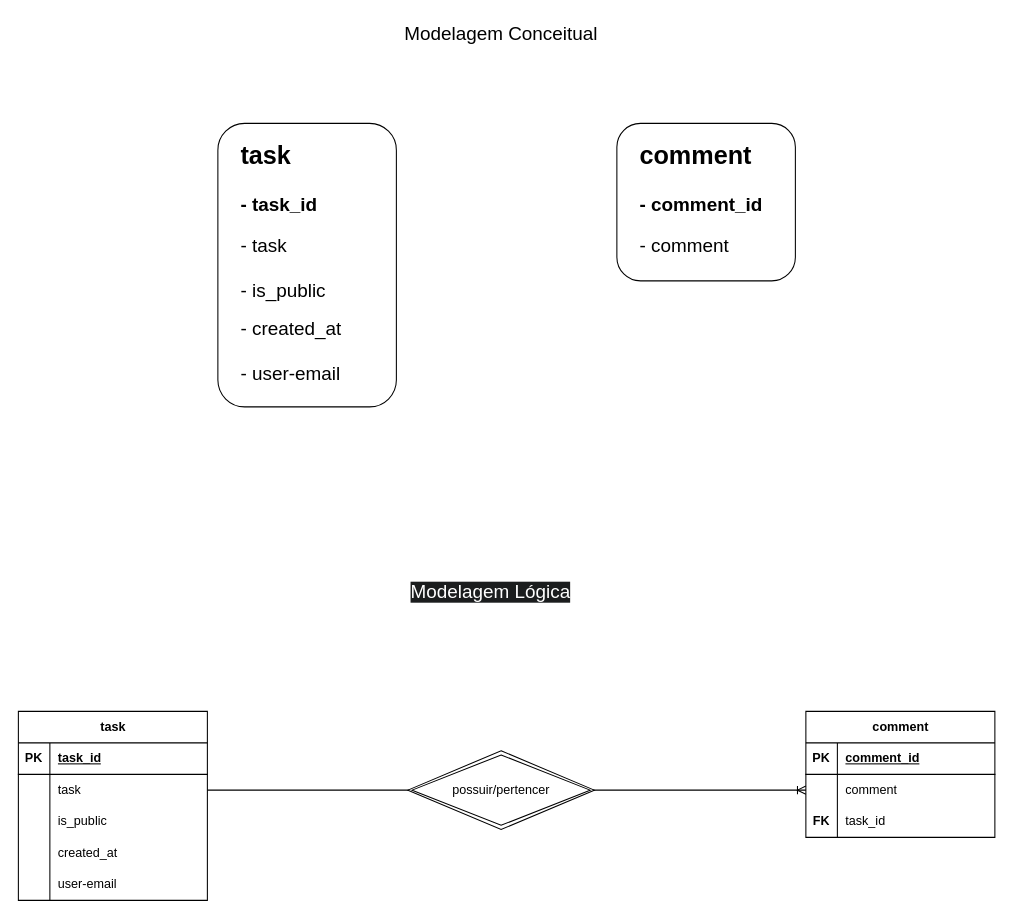
BrenoDev00/Estudos_Banco_de_Dados keeps this draw.io diagram as modelagem-task-app.drawio. Above is the earlier version. Source tidied: cells renumbered, new cells numbered last; positions are measured from the earlier drawing's top-left corner, leaving out a move shared by most shapes. Both pictures are drawn from the tidied source at 105%, with x=0, y=0 at pixel (18, 18).
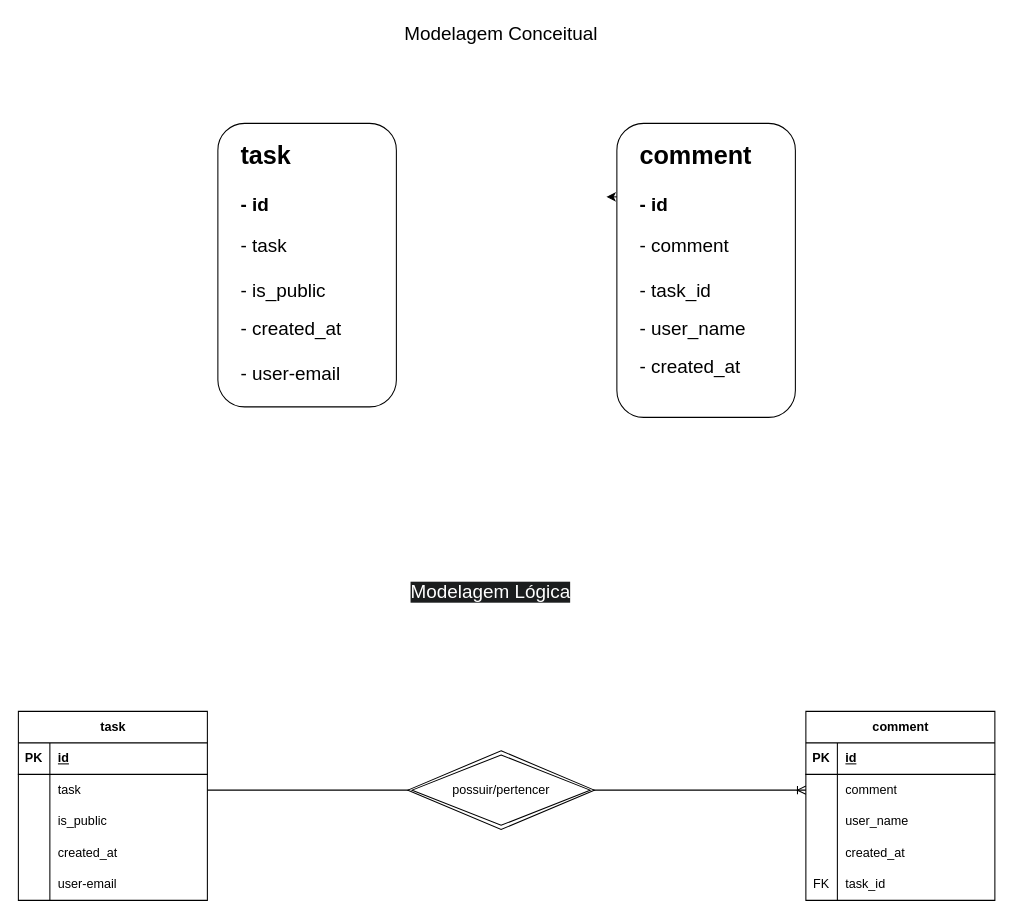
The same page after the edit.

Commit message (it also covers changes not shown here):
atualiza modelagem de dados

Unchanged cells that the change refers to:
```xml
<mxCell id="9" style="shape=tableRow;horizontal=0;startSize=0;swimlaneHead=0;swimlaneBody=0;fillColor=none;top=0;left=0;right=0;bottom=1;" parent="8" vertex="1">
  <mxGeometry y="30" width="180" height="30" as="geometry" />
</mxCell>
<mxCell id="25" style="shape=tableRow;horizontal=0;startSize=0;swimlaneHead=0;swimlaneBody=0;fillColor=none;top=0;left=0;right=0;bottom=1;" parent="24" vertex="1">
  <mxGeometry y="30" width="180" height="30" as="geometry" />
</mxCell>
<mxCell id="31" style="shape=tableRow;horizontal=0;startSize=0;swimlaneHead=0;swimlaneBody=0;fillColor=none;top=0;left=0;right=0;bottom=0;" parent="24" vertex="1">
  <mxGeometry y="90" width="180" height="30" as="geometry" />
</mxCell>
```

The edit, as a diff of the source:
```diff
@@
-    <mxCell id="4" value="&lt;h1 style=&quot;margin-top: 0px;&quot;&gt;&lt;span style=&quot;background-color: transparent; color: light-dark(rgb(0, 0, 0), rgb(255, 255, 255));&quot;&gt;task&lt;/span&gt;&lt;/h1&gt;&lt;h1 style=&quot;margin-top: 0px;&quot;&gt;&lt;font style=&quot;font-size: 18px;&quot;&gt;- task_id&lt;/font&gt;&lt;/h1&gt;&lt;div&gt;&lt;font style=&quot;font-size: 18px;&quot;&gt;- task&lt;/font&gt;&lt;/div&gt;&lt;div&gt;&lt;font style=&quot;font-size: 18px;&quot;&gt;&lt;br&gt;&lt;/font&gt;&lt;/div&gt;&lt;div&gt;&lt;font style=&quot;font-size: 18px;&quot;&gt;- is_public&lt;/font&gt;&lt;/div&gt;&lt;div&gt;&lt;br&gt;&lt;/div&gt;&lt;div&gt;&lt;span style=&quot;font-size: 18px;&quot;&gt;- created_at&lt;/span&gt;&lt;/div&gt;&lt;div&gt;&lt;span style=&quot;font-size: 18px;&quot;&gt;&lt;br&gt;&lt;/span&gt;&lt;/div&gt;&lt;div&gt;&lt;span style=&quot;font-size: 18px;&quot;&gt;- user-email&lt;/span&gt;&lt;/div&gt;" style="text;html=1;whiteSpace=wrap;overflow=hidden;rounded=0;" parent="1" vertex="1">
+    <mxCell id="4" value="&lt;h1 style=&quot;margin-top: 0px;&quot;&gt;&lt;span style=&quot;background-color: transparent; color: light-dark(rgb(0, 0, 0), rgb(255, 255, 255));&quot;&gt;task&lt;/span&gt;&lt;/h1&gt;&lt;h1 style=&quot;margin-top: 0px;&quot;&gt;&lt;font style=&quot;font-size: 18px;&quot;&gt;- id&lt;/font&gt;&lt;/h1&gt;&lt;div&gt;&lt;font style=&quot;font-size: 18px;&quot;&gt;- task&lt;/font&gt;&lt;/div&gt;&lt;div&gt;&lt;font style=&quot;font-size: 18px;&quot;&gt;&lt;br&gt;&lt;/font&gt;&lt;/div&gt;&lt;div&gt;&lt;font style=&quot;font-size: 18px;&quot;&gt;- is_public&lt;/font&gt;&lt;/div&gt;&lt;div&gt;&lt;br&gt;&lt;/div&gt;&lt;div&gt;&lt;span style=&quot;font-size: 18px;&quot;&gt;- created_at&lt;/span&gt;&lt;/div&gt;&lt;div&gt;&lt;span style=&quot;font-size: 18px;&quot;&gt;&lt;br&gt;&lt;/span&gt;&lt;/div&gt;&lt;div&gt;&lt;span style=&quot;font-size: 18px;&quot;&gt;- user-email&lt;/span&gt;&lt;/div&gt;" style="text;html=1;whiteSpace=wrap;overflow=hidden;rounded=0;" parent="1" vertex="1">
       <mxGeometry x="210" y="110" width="180" height="270" as="geometry" />
     </mxCell>
+    <mxCell id="36" style="edgeStyle=orthogonalEdgeStyle;rounded=0;jettySize=auto;html=1;exitX=0;exitY=0.25;exitDx=0;exitDy=0;" parent="1" edge="1" source="5">
+      <mxGeometry relative="1" as="geometry">
+        <mxPoint x="560" y="170" as="targetPoint" />
+      </mxGeometry>
+    </mxCell>
     <mxCell id="5" style="rounded=1;whiteSpace=wrap;html=1;" parent="1" vertex="1">
-      <mxGeometry x="570" y="100" width="170" height="150" as="geometry" />
+      <mxGeometry x="570" y="100" width="170" height="280" as="geometry" />
     </mxCell>
-    <mxCell id="6" value="&lt;h1 style=&quot;margin-top: 0px;&quot;&gt;&lt;span style=&quot;background-color: transparent; color: light-dark(rgb(0, 0, 0), rgb(255, 255, 255));&quot;&gt;comment&lt;/span&gt;&lt;/h1&gt;&lt;h1 style=&quot;margin-top: 0px;&quot;&gt;&lt;font style=&quot;font-size: 18px;&quot;&gt;- comment_id&lt;/font&gt;&lt;/h1&gt;&lt;div&gt;&lt;font style=&quot;font-size: 18px;&quot;&gt;- comment&lt;/font&gt;&lt;/div&gt;" style="text;html=1;whiteSpace=wrap;overflow=hidden;rounded=0;" parent="1" vertex="1">
-      <mxGeometry x="590" y="110" width="180" height="210" as="geometry" />
+    <mxCell id="6" value="&lt;h1 style=&quot;margin-top: 0px;&quot;&gt;&lt;span style=&quot;background-color: transparent; color: light-dark(rgb(0, 0, 0), rgb(255, 255, 255));&quot;&gt;comment&lt;/span&gt;&lt;/h1&gt;&lt;h1 style=&quot;margin-top: 0px;&quot;&gt;&lt;font style=&quot;font-size: 18px;&quot;&gt;- id&lt;/font&gt;&lt;/h1&gt;&lt;div&gt;&lt;font style=&quot;font-size: 18px;&quot;&gt;- comment&lt;/font&gt;&lt;/div&gt;&lt;div&gt;&lt;font style=&quot;font-size: 18px;&quot;&gt;&lt;br&gt;&lt;/font&gt;&lt;/div&gt;&lt;div&gt;&lt;font style=&quot;font-size: 18px;&quot;&gt;- task_id&lt;/font&gt;&lt;/div&gt;&lt;div&gt;&lt;br&gt;&lt;/div&gt;&lt;div&gt;&lt;span style=&quot;font-size: 18px;&quot;&gt;- user_name&lt;/span&gt;&lt;/div&gt;&lt;div&gt;&lt;br&gt;&lt;/div&gt;&lt;div&gt;&lt;span style=&quot;font-size: 18px;&quot;&gt;-&amp;nbsp;&lt;/span&gt;&lt;span style=&quot;font-size: 18px; background-color: transparent; color: light-dark(rgb(0, 0, 0), rgb(255, 255, 255));&quot;&gt;created_at&lt;/span&gt;&lt;/div&gt;&lt;div&gt;&lt;br&gt;&lt;/div&gt;" style="text;html=1;whiteSpace=wrap;overflow=hidden;rounded=0;" parent="1" vertex="1">
+      <mxGeometry x="590" y="110" width="180" height="260" as="geometry" />
     </mxCell>
@@
-    <mxCell id="11" value="task_id" style="shape=partialRectangle;fillColor=none;top=0;left=0;bottom=0;right=0;align=left;spacingLeft=6;fontStyle=5;overflow=hidden;whiteSpace=wrap;html=1;" parent="9" vertex="1">
+    <mxCell id="11" value="id" style="shape=partialRectangle;fillColor=none;top=0;left=0;bottom=0;right=0;align=left;spacingLeft=6;fontStyle=5;overflow=hidden;whiteSpace=wrap;html=1;" parent="9" vertex="1">
       <mxGeometry x="30" width="150" height="30" as="geometry" />
     </mxCell>
@@
     <mxCell id="24" value="comment" style="shape=table;startSize=30;childLayout=tableLayout;rowLines=0;fontStyle=1;align=center;html=1;" parent="1" vertex="1">
-      <mxGeometry x="750" y="660" width="180" height="120" as="geometry" />
+      <mxGeometry x="750" y="660" width="180" height="180" as="geometry" />
     </mxCell>
@@
-    <mxCell id="27" value="comment_id" style="shape=partialRectangle;fillColor=none;top=0;left=0;bottom=0;right=0;align=left;spacingLeft=6;fontStyle=5;overflow=hidden;whiteSpace=wrap;html=1;" parent="25" vertex="1">
+    <mxCell id="27" value="id" style="shape=partialRectangle;fillColor=none;top=0;left=0;bottom=0;right=0;align=left;spacingLeft=6;fontStyle=5;overflow=hidden;whiteSpace=wrap;html=1;" parent="25" vertex="1">
       <mxGeometry x="30" width="150" height="30" as="geometry" />
     </mxCell>
@@
-    <mxCell id="32" value="&lt;span style=&quot;font-weight: 700;&quot;&gt;FK&lt;/span&gt;" style="shape=partialRectangle;fillColor=none;top=0;left=0;bottom=0;right=0;overflow=hidden;whiteSpace=wrap;html=1;" parent="31" vertex="1">
+    <mxCell id="32" style="shape=partialRectangle;fillColor=none;top=0;left=0;bottom=0;right=0;overflow=hidden;whiteSpace=wrap;html=1;" parent="31" vertex="1">
       <mxGeometry width="30" height="30" as="geometry" />
     </mxCell>
-    <mxCell id="33" value="task_id" style="shape=partialRectangle;fillColor=none;top=0;left=0;bottom=0;right=0;align=left;spacingLeft=6;overflow=hidden;whiteSpace=wrap;html=1;" parent="31" vertex="1">
+    <mxCell id="33" value="user_name" style="shape=partialRectangle;fillColor=none;top=0;left=0;bottom=0;right=0;align=left;spacingLeft=6;overflow=hidden;whiteSpace=wrap;html=1;" parent="31" vertex="1">
       <mxGeometry x="30" width="150" height="30" as="geometry" />
     </mxCell>
+    <mxCell id="37" style="shape=tableRow;horizontal=0;startSize=0;swimlaneHead=0;swimlaneBody=0;fillColor=none;top=0;left=0;right=0;bottom=0;" parent="24" vertex="1">
+      <mxGeometry y="120" width="180" height="30" as="geometry" />
+    </mxCell>
+    <mxCell id="38" style="shape=partialRectangle;fillColor=none;top=0;left=0;bottom=0;right=0;overflow=hidden;whiteSpace=wrap;html=1;" parent="37" vertex="1">
+      <mxGeometry width="30" height="30" as="geometry" />
+    </mxCell>
+    <mxCell id="39" value="created_at" style="shape=partialRectangle;fillColor=none;top=0;left=0;bottom=0;right=0;align=left;spacingLeft=6;overflow=hidden;whiteSpace=wrap;html=1;" parent="37" vertex="1">
+      <mxGeometry x="30" width="150" height="30" as="geometry" />
+    </mxCell>
+    <mxCell id="40" style="shape=tableRow;horizontal=0;startSize=0;swimlaneHead=0;swimlaneBody=0;fillColor=none;top=0;left=0;right=0;bottom=0;" parent="24" vertex="1">
+      <mxGeometry y="150" width="180" height="30" as="geometry" />
+    </mxCell>
+    <mxCell id="41" value="FK" style="shape=partialRectangle;fillColor=none;top=0;left=0;bottom=0;right=0;overflow=hidden;whiteSpace=wrap;html=1;" parent="40" vertex="1">
+      <mxGeometry width="30" height="30" as="geometry" />
+    </mxCell>
+    <mxCell id="42" value="task_id" style="shape=partialRectangle;fillColor=none;top=0;left=0;bottom=0;right=0;align=left;spacingLeft=6;overflow=hidden;whiteSpace=wrap;html=1;" parent="40" vertex="1">
+      <mxGeometry x="30" width="150" height="30" as="geometry" />
+    </mxCell>
```
